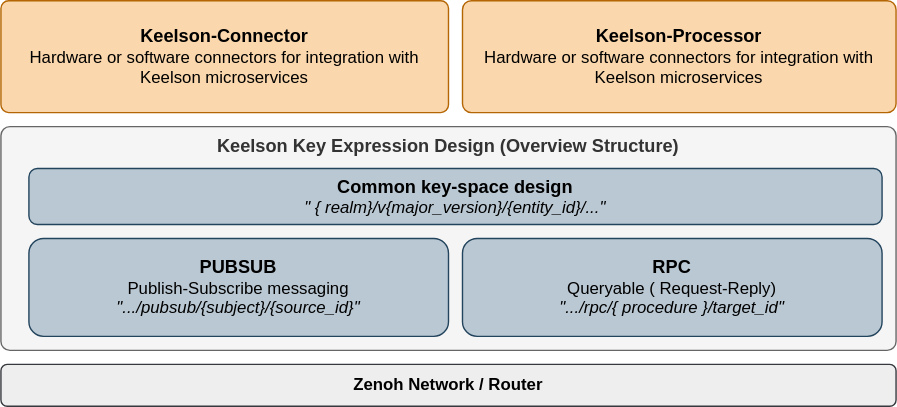
This is Doc/keelson_overview.drawio.svg from RISE-Maritime/keelson, a draw.io export, as it was before one commit. Source tidied: cells renumbered, new cells last; positions are measured from the earlier drawing's top-left corner, leaving out a move shared by most shapes. Source of this version:
```xml
<mxGraphModel>
  <root>
    <mxCell id="0" />
    <mxCell id="1" parent="0" />
    <mxCell id="2" value="&lt;b&gt;&lt;font style=&quot;font-size: 13px;&quot;&gt;Keelson Key Expression Design (Overview Structure)&lt;/font&gt;&lt;/b&gt;" style="rounded=1;whiteSpace=wrap;html=1;fillColor=#f5f5f5;fontColor=#333333;strokeColor=#666666;verticalAlign=top;arcSize=4;" parent="1" vertex="1">
      <mxGeometry y="90" width="640" height="160" as="geometry" />
    </mxCell>
    <mxCell id="3" value="&lt;div&gt;&lt;span style=&quot;background-color: initial;&quot;&gt;&lt;b&gt;&lt;font color=&quot;#000000&quot; style=&quot;font-size: 13px;&quot;&gt;RPC&lt;/font&gt;&lt;/b&gt;&lt;/span&gt;&lt;/div&gt;&lt;div&gt;&lt;font color=&quot;#000000&quot;&gt;&lt;span style=&quot;background-color: initial;&quot;&gt;Queryable (&lt;/span&gt;&lt;span style=&quot;background-color: initial;&quot;&gt;Request-Reply)&amp;nbsp;&lt;/span&gt;&lt;br&gt;&lt;/font&gt;&lt;/div&gt;&lt;div&gt;&lt;font color=&quot;#000000&quot;&gt;&lt;span style=&quot;background-color: initial;&quot;&gt;&lt;i&gt;&quot;.../rpc/{&lt;/i&gt;&lt;/span&gt;&lt;i&gt;procedure&lt;/i&gt;&lt;/font&gt;&lt;span style=&quot;background-color: initial;&quot;&gt;&lt;i&gt;&lt;font color=&quot;#000000&quot;&gt;}/target_id&quot;&lt;/font&gt;&lt;/i&gt;&lt;br&gt;&lt;/span&gt;&lt;/div&gt;" style="rounded=1;whiteSpace=wrap;html=1;fillColor=#bac8d3;strokeColor=#23445d;" parent="1" vertex="1">
      <mxGeometry x="330" y="170" width="300" height="70" as="geometry" />
    </mxCell>
    <mxCell id="4" value="&lt;div&gt;&lt;b&gt;&lt;font color=&quot;#000000&quot; style=&quot;font-size: 13px;&quot;&gt;PUBSUB&lt;/font&gt;&lt;/b&gt;&lt;/div&gt;&lt;div&gt;&lt;font color=&quot;#000000&quot;&gt;Publish-Subscribe messaging&lt;br&gt;&lt;/font&gt;&lt;/div&gt;&lt;div&gt;&lt;i&gt;&lt;font color=&quot;#000000&quot;&gt;&quot;.../pubsub/{subject}/{source_id}&quot;&lt;/font&gt;&lt;/i&gt;&lt;/div&gt;" style="rounded=1;whiteSpace=wrap;html=1;fillColor=#bac8d3;strokeColor=#23445d;" parent="1" vertex="1">
      <mxGeometry x="20" y="170" width="300" height="70" as="geometry" />
    </mxCell>
    <mxCell id="5" value="&lt;b&gt;&lt;font color=&quot;#000000&quot;&gt;Zenoh Network / Router&lt;/font&gt;&lt;/b&gt;" style="rounded=1;whiteSpace=wrap;html=1;fillColor=#eeeeee;strokeColor=#36393d;" parent="1" vertex="1">
      <mxGeometry y="260" width="640" height="30" as="geometry" />
    </mxCell>
    <mxCell id="6" value="&lt;div&gt;&lt;font color=&quot;#000000&quot;&gt;&lt;b&gt;&lt;font style=&quot;font-size: 13px;&quot;&gt;Common key-space design&lt;/font&gt;&lt;/b&gt;&lt;br&gt;&lt;/font&gt;&lt;/div&gt;&lt;div&gt;&lt;font color=&quot;#000000&quot;&gt;&lt;i&gt;&quot;&lt;/i&gt;&lt;i style=&quot;background-color: initial;&quot;&gt;{&lt;/i&gt;&lt;i style=&quot;background-color: initial;&quot;&gt;realm}/v{major_version}/{entity_id}/...&quot;&lt;/i&gt;&lt;/font&gt;&lt;/div&gt;" style="rounded=1;whiteSpace=wrap;html=1;fillColor=#bac8d3;strokeColor=#23445d;" parent="1" vertex="1">
      <mxGeometry x="20" y="120" width="610" height="40" as="geometry" />
    </mxCell>
    <mxCell id="7" value="&lt;b style=&quot;font-size: 13px;&quot;&gt;&lt;font color=&quot;#000000&quot; style=&quot;font-size: 13px;&quot;&gt;Keelson-Connector&lt;/font&gt;&lt;/b&gt;&lt;div style=&quot;&quot;&gt;&lt;span style=&quot;background-color: initial;&quot;&gt;&lt;font color=&quot;#000000&quot; style=&quot;font-size: 12px;&quot;&gt;Hardware or software connectors for integration with Keelson microservices&lt;/font&gt;&lt;/span&gt;&lt;/div&gt;" style="rounded=1;whiteSpace=wrap;html=1;fillColor=#fad7ac;strokeColor=#b46504;arcSize=7;" parent="1" vertex="1">
      <mxGeometry width="320" height="80" as="geometry" />
    </mxCell>
    <mxCell id="8" value="&lt;b style=&quot;font-size: 13px;&quot;&gt;&lt;font color=&quot;#000000&quot;&gt;Keelson-Processor&lt;/font&gt;&lt;/b&gt;&lt;div style=&quot;&quot;&gt;&lt;span style=&quot;background-color: initial;&quot;&gt;&lt;font color=&quot;#000000&quot; style=&quot;font-size: 12px;&quot;&gt;Hardware or software connectors for integration with Keelson microservices&lt;/font&gt;&lt;/span&gt;&lt;/div&gt;" style="rounded=1;whiteSpace=wrap;html=1;fillColor=#fad7ac;strokeColor=#b46504;arcSize=8;" parent="1" vertex="1">
      <mxGeometry x="330" width="310" height="80" as="geometry" />
    </mxCell>
  </root>
</mxGraphModel>
```
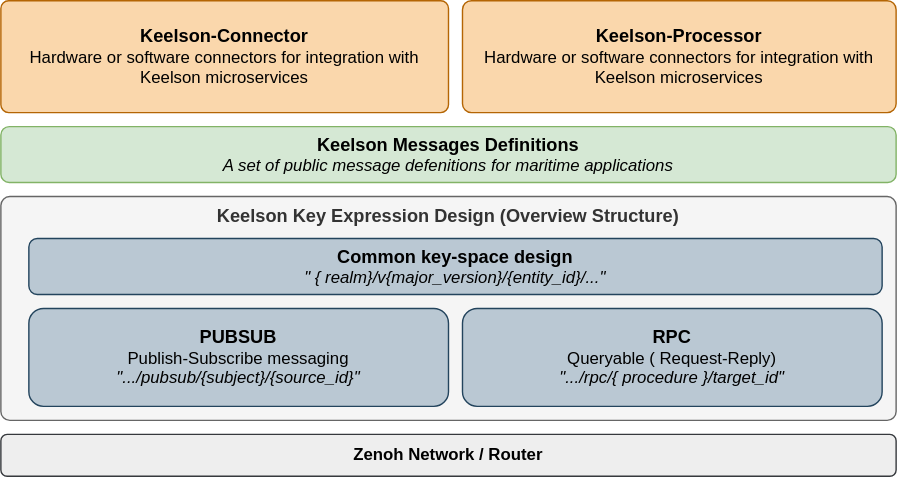
Later version of the same file.

What changed in the source:
```diff
@@ -18,10 +18,13 @@
       <mxGeometry x="20" y="120" width="610" height="40" as="geometry" />
     </mxCell>
     <mxCell id="7" value="&lt;b style=&quot;font-size: 13px;&quot;&gt;&lt;font color=&quot;#000000&quot; style=&quot;font-size: 13px;&quot;&gt;Keelson-Connector&lt;/font&gt;&lt;/b&gt;&lt;div style=&quot;&quot;&gt;&lt;span style=&quot;background-color: initial;&quot;&gt;&lt;font color=&quot;#000000&quot; style=&quot;font-size: 12px;&quot;&gt;Hardware or software connectors for integration with Keelson microservices&lt;/font&gt;&lt;/span&gt;&lt;/div&gt;" style="rounded=1;whiteSpace=wrap;html=1;fillColor=#fad7ac;strokeColor=#b46504;arcSize=7;" parent="1" vertex="1">
-      <mxGeometry width="320" height="80" as="geometry" />
+      <mxGeometry y="-50" width="320" height="80" as="geometry" />
     </mxCell>
     <mxCell id="8" value="&lt;b style=&quot;font-size: 13px;&quot;&gt;&lt;font color=&quot;#000000&quot;&gt;Keelson-Processor&lt;/font&gt;&lt;/b&gt;&lt;div style=&quot;&quot;&gt;&lt;span style=&quot;background-color: initial;&quot;&gt;&lt;font color=&quot;#000000&quot; style=&quot;font-size: 12px;&quot;&gt;Hardware or software connectors for integration with Keelson microservices&lt;/font&gt;&lt;/span&gt;&lt;/div&gt;" style="rounded=1;whiteSpace=wrap;html=1;fillColor=#fad7ac;strokeColor=#b46504;arcSize=8;" parent="1" vertex="1">
-      <mxGeometry x="330" width="310" height="80" as="geometry" />
+      <mxGeometry x="330" y="-50" width="310" height="80" as="geometry" />
     </mxCell>
+    <mxCell id="9" value="&lt;div&gt;&lt;span style=&quot;color: rgb(0, 0, 0); background-color: initial; font-size: 13px;&quot;&gt;&lt;b&gt;Keelson Messages Definitions&lt;/b&gt;&lt;/span&gt;&lt;/div&gt;&lt;div&gt;&lt;font color=&quot;#000000&quot;&gt;&lt;i&gt;A set of public message defenitions for maritime applications&lt;/i&gt;&lt;/font&gt;&lt;/div&gt;" style="rounded=1;whiteSpace=wrap;html=1;fillColor=#d5e8d4;strokeColor=#82b366;" parent="1" vertex="1">
+      <mxGeometry y="40" width="640" height="40" as="geometry" />
+    </mxCell>
   </root>
 </mxGraphModel>
```
